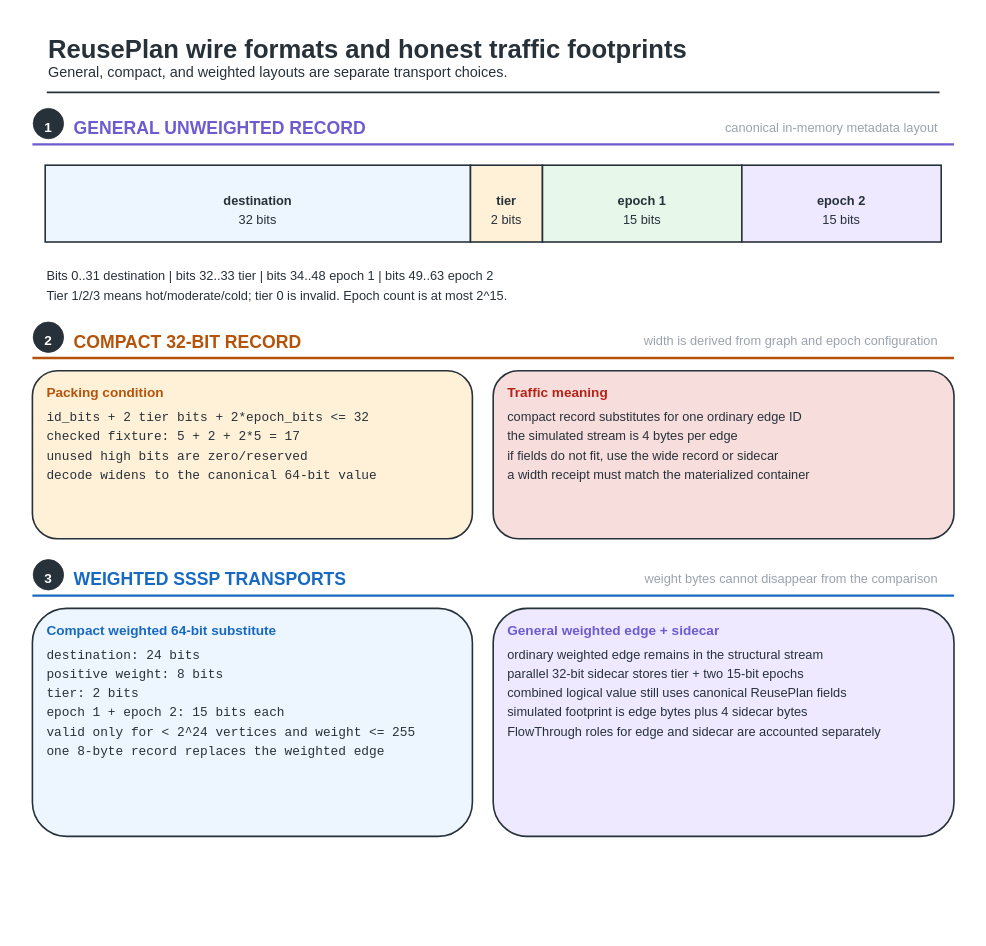
The draw.io diagram fig/wiki_src/reuse-plan-flowthrough/reuse-plan-flowthrough-f02-record-formats.drawio in UVA-LavaLab/ECG_GrAPL, before the edit. Source tidied: cells renumbered, new cells numbered last; positions are measured from the earlier drawing's top-left corner, leaving out a move shared by most shapes. Both pictures are drawn from the tidied source at 80%, with x=0, y=0 at pixel (13, 13).
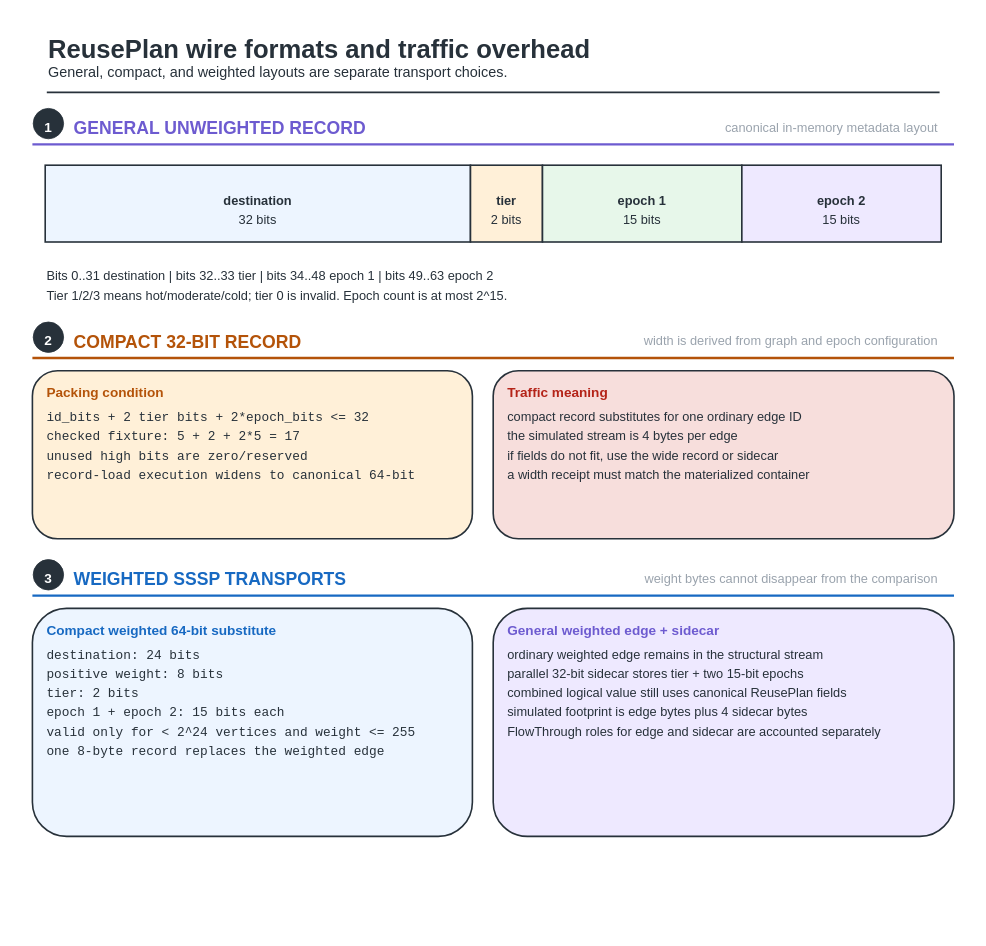
Above is the later version.

Diff of the diagram source:
```diff
@@
-    <mxCell id="3" value="ReusePlan wire formats and honest traffic footprints" style="text;html=0;strokeColor=none;fillColor=none;align=left;verticalAlign=middle;fontFamily=Helvetica;fontSize=32;fontColor=#27313A;fontStyle=1;" parent="1" vertex="1">
-      <mxGeometry x="42" y="19.5" width="948.5" height="44.8" as="geometry" />
+    <mxCell id="3" value="ReusePlan wire formats and traffic overhead" style="text;html=0;strokeColor=none;fillColor=none;align=left;verticalAlign=middle;fontFamily=Helvetica;fontSize=32;fontColor=#27313A;fontStyle=1;" parent="1" vertex="1">
+      <mxGeometry x="42" y="19.5" width="784.3" height="44.8" as="geometry" />
     </mxCell>
@@
-    <mxCell id="35" value="decode widens to the canonical 64-bit value" style="text;html=0;strokeColor=none;fillColor=none;align=left;verticalAlign=middle;fontFamily=Courier New;fontSize=16;fontColor=#27313A;fontStyle=0;" parent="1" vertex="1">
-      <mxGeometry x="40" y="564.2" width="426.6" height="22.4" as="geometry" />
+    <mxCell id="35" value="record-load execution widens to canonical 64-bit" style="text;html=0;strokeColor=none;fillColor=none;align=left;verticalAlign=middle;fontFamily=Courier New;fontSize=16;fontColor=#27313A;fontStyle=0;" parent="1" vertex="1">
+      <mxGeometry x="40" y="564.2" width="476.2" height="22.4" as="geometry" />
     </mxCell>
```
